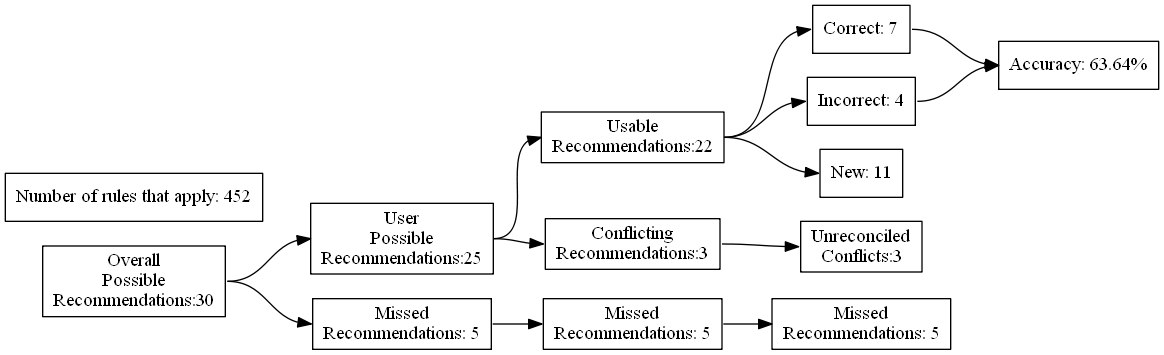
Earlier version of the Graphviz export test_renders/14.gv.png (ZaxR/ibd_diet_analysis). Its source is kept beside it as test_renders/14.gv. The source it was exported from:
```dot
digraph {
	graph [rankdir=LR]
	node [pos=r shape=box]
	edge [headport=w tailport=e]
		A [label="Overall
Possible
Recommendations:30"]
		B [label="User
Possible
Recommendations:25"]
		C [label="Missed
Recommendations: 5"]
		D [label="Usable
Recommendations:22"]
		E [label="Conflicting
Recommendations:3"]
		J [label="Missed
Recommendations: 5"]
		M [label="Unreconciled
Conflicts:3"]
		F [label="Correct: 7"]
		G [label="Incorrect: 4"]
		H [label="New: 11"]
		K [label="Missed
Recommendations: 5"]
		I [label="Accuracy: 63.64%"]
		l [label="Number of rules that apply: 452"]
			A -> B
			A -> C
			B -> D
			B -> E
			D -> F
			D -> G
			D -> H
			F -> I
			G -> I
			C -> J
			J -> K
			E -> M
}
```
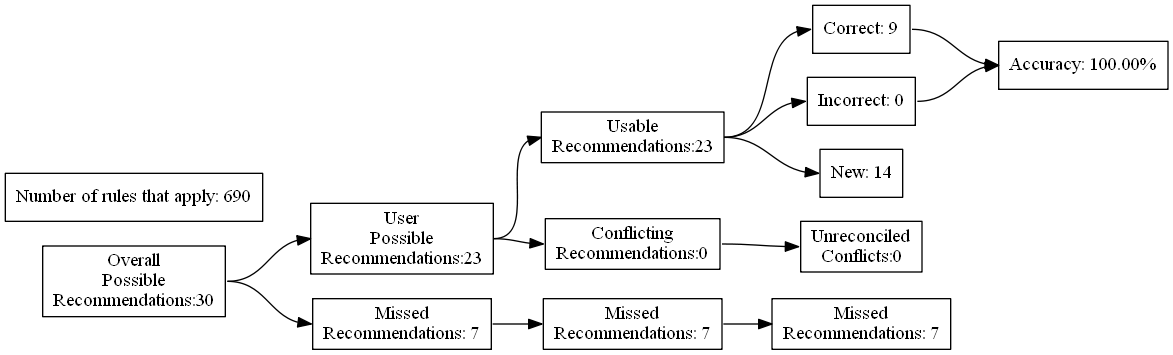
After the commit.

Diff of the diagram source:
```diff
@@ -7,24 +7,24 @@
 Recommendations:30"]
 		B [label="User
 Possible
-Recommendations:25"]
+Recommendations:23"]
 		C [label="Missed
-Recommendations: 5"]
+Recommendations: 7"]
 		D [label="Usable
-Recommendations:22"]
+Recommendations:23"]
 		E [label="Conflicting
-Recommendations:3"]
+Recommendations:0"]
 		J [label="Missed
-Recommendations: 5"]
+Recommendations: 7"]
 		M [label="Unreconciled
-Conflicts:3"]
-		F [label="Correct: 7"]
-		G [label="Incorrect: 4"]
-		H [label="New: 11"]
+Conflicts:0"]
+		F [label="Correct: 9"]
+		G [label="Incorrect: 0"]
+		H [label="New: 14"]
 		K [label="Missed
-Recommendations: 5"]
-		I [label="Accuracy: 63.64%"]
-		l [label="Number of rules that apply: 452"]
+Recommendations: 7"]
+		I [label="Accuracy: 100.00%"]
+		l [label="Number of rules that apply: 690"]
 			A -> B
 			A -> C
 			B -> D
```
